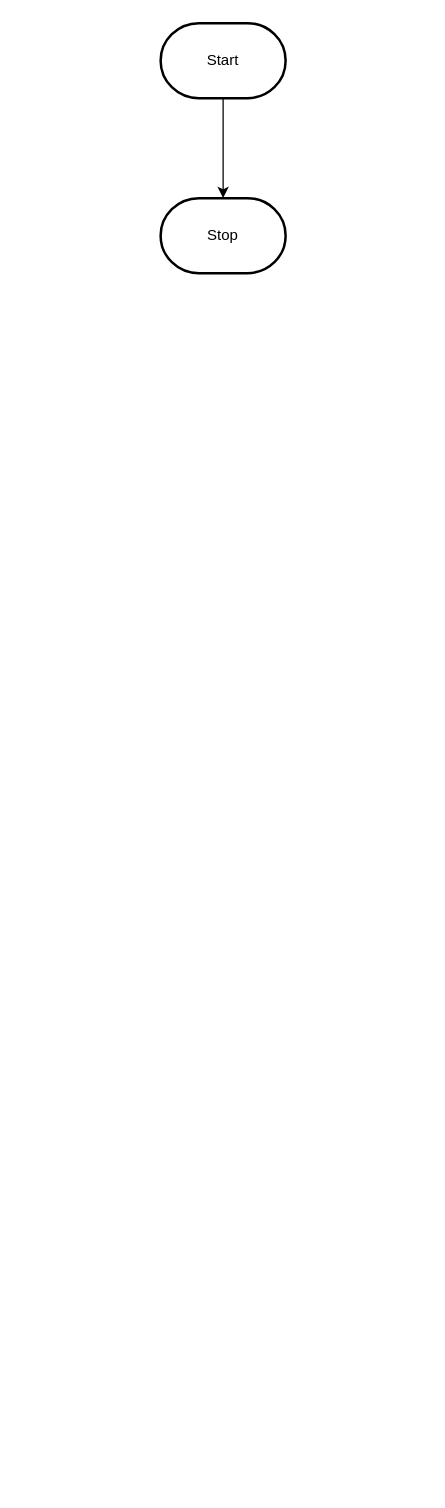
Before: design/flowchart.drawio in MTHS-ICD2O-1-2023/ICD2O-Unit-5-07-kai-nguyen-4, a draw.io diagram. Source tidied: cells renumbered, new cells numbered last; positions are measured from the earlier drawing's top-left corner, leaving out a move shared by most shapes. Both pictures are drawn from the tidied source at 125%, with x=0, y=0 at pixel (160, 22).
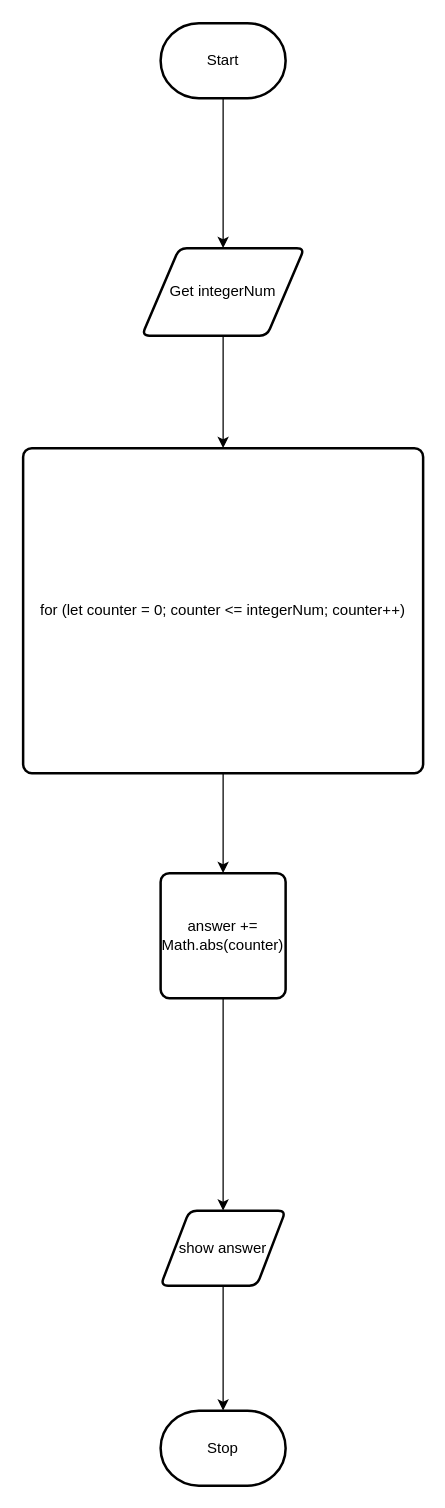
The same page after the edit.

What changed in the source:
```diff
@@
 <mxGraphModel>
   <root>
     <mxCell id="0" />
     <mxCell id="1" parent="0" />
-    <mxCell id="2" style="edgeStyle=orthogonalEdgeStyle;html=1;rounded=0;" parent="1" edge="1" source="3" target="4">
-      <mxGeometry relative="1" as="geometry" />
-    </mxCell>
+    <mxCell id="5" style="edgeStyle=none;html=1;entryX=0.5;entryY=0;entryDx=0;entryDy=0;" parent="1" edge="1" source="3" target="2">
+      <mxGeometry relative="1" as="geometry" />
+    </mxCell>
     <mxCell id="3" value="Start" style="strokeWidth=2;html=1;shape=mxgraph.flowchart.terminator;whiteSpace=wrap;" parent="1" vertex="1">
       <mxGeometry width="100" height="60" as="geometry" />
     </mxCell>
     <mxCell id="4" value="Stop" style="strokeWidth=2;html=1;shape=mxgraph.flowchart.terminator;whiteSpace=wrap;" parent="1" vertex="1">
-      <mxGeometry y="140" width="100" height="60" as="geometry" />
+      <mxGeometry y="1110" width="100" height="60" as="geometry" />
     </mxCell>
+    <mxCell id="6" style="edgeStyle=none;html=1;" parent="1" edge="1" source="2" target="8">
+      <mxGeometry relative="1" as="geometry" />
+    </mxCell>
+    <mxCell id="2" value="Get integerNum" style="shape=parallelogram;html=1;strokeWidth=2;perimeter=parallelogramPerimeter;whiteSpace=wrap;rounded=1;arcSize=12;size=0.23;" parent="1" vertex="1">
+      <mxGeometry x="-15" y="180" width="130" height="70" as="geometry" />
+    </mxCell>
+    <mxCell id="7" style="edgeStyle=none;html=1;" parent="1" edge="1" source="8" target="10">
+      <mxGeometry relative="1" as="geometry" />
+    </mxCell>
+    <mxCell id="8" value="for (let counter = 0; counter &amp;lt;= integerNum; counter++)" style="rounded=1;whiteSpace=wrap;html=1;absoluteArcSize=1;arcSize=14;strokeWidth=2;" parent="1" vertex="1">
+      <mxGeometry x="-110" y="340" width="320" height="260" as="geometry" />
+    </mxCell>
+    <mxCell id="9" style="edgeStyle=none;html=1;entryX=0.5;entryY=0;entryDx=0;entryDy=0;" parent="1" edge="1" source="10" target="12">
+      <mxGeometry relative="1" as="geometry" />
+    </mxCell>
+    <mxCell id="10" value="answer += Math.abs(counter)" style="rounded=1;whiteSpace=wrap;html=1;absoluteArcSize=1;arcSize=14;strokeWidth=2;" parent="1" vertex="1">
+      <mxGeometry y="680" width="100" height="100" as="geometry" />
+    </mxCell>
+    <mxCell id="11" style="edgeStyle=none;html=1;entryX=0.5;entryY=0;entryDx=0;entryDy=0;entryPerimeter=0;" parent="1" edge="1" source="12" target="4">
+      <mxGeometry relative="1" as="geometry" />
+    </mxCell>
+    <mxCell id="12" value="show answer" style="shape=parallelogram;html=1;strokeWidth=2;perimeter=parallelogramPerimeter;whiteSpace=wrap;rounded=1;arcSize=12;size=0.23;" parent="1" vertex="1">
+      <mxGeometry y="950" width="100" height="60" as="geometry" />
+    </mxCell>
   </root>
 </mxGraphModel>
```
